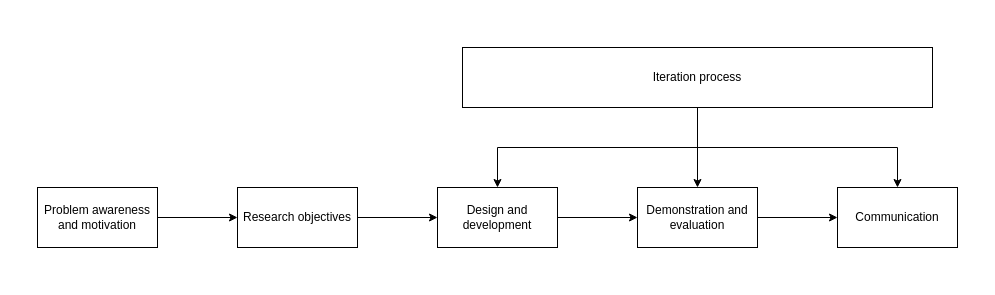
Scharlett/thesis_metamodel keeps this draw.io diagram as Untitled Diagram.drawio. Above is the earlier version. Source tidied: cells renumbered, new cells numbered last; positions are measured from the earlier drawing's top-left corner, leaving out a move shared by most shapes. Both pictures are drawn from the tidied source at 100%, with x=0, y=0 at pixel (37, 47).
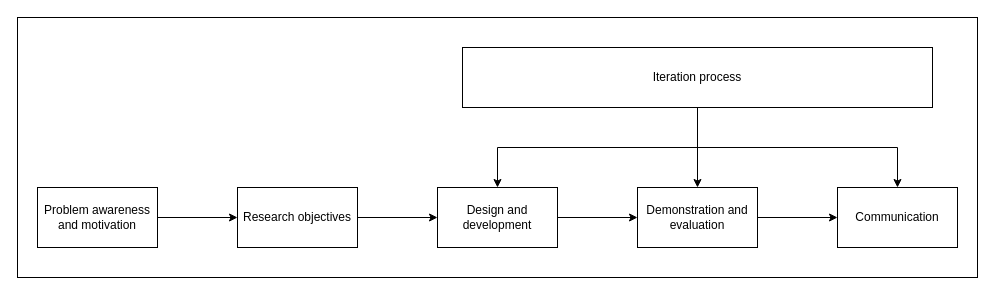
Above is the later version.

The edit, as a diff of the source:
```diff
@@
 <mxGraphModel>
   <root>
     <mxCell id="0" />
     <mxCell id="1" parent="0" />
+    <mxCell id="15" style="rounded=0;whiteSpace=wrap;html=1;" parent="1" vertex="1">
+      <mxGeometry x="-20" y="-30" width="960" height="260" as="geometry" />
+    </mxCell>
     <mxCell id="2" style="edgeStyle=orthogonalEdgeStyle;rounded=0;jettySize=auto;html=1;" parent="1" edge="1" source="3" target="5">
       <mxGeometry relative="1" as="geometry" />
     </mxCell>
     <mxCell id="3" value="Problem awareness and motivation" style="rounded=0;whiteSpace=wrap;html=1;" parent="1" vertex="1">
       <mxGeometry y="140" width="120" height="60" as="geometry" />
     </mxCell>
     <mxCell id="4" style="edgeStyle=orthogonalEdgeStyle;rounded=0;jettySize=auto;html=1;" parent="1" edge="1" source="5" target="7">
       <mxGeometry relative="1" as="geometry" />
     </mxCell>
     <mxCell id="5" value="Research objectives" style="whiteSpace=wrap;html=1;rounded=0;" parent="1" vertex="1">
       <mxGeometry x="200" y="140" width="120" height="60" as="geometry" />
     </mxCell>
     <mxCell id="6" style="edgeStyle=orthogonalEdgeStyle;rounded=0;jettySize=auto;html=1;" parent="1" edge="1" source="7" target="9">
       <mxGeometry relative="1" as="geometry" />
     </mxCell>
     <mxCell id="7" value="Design and development" style="whiteSpace=wrap;html=1;rounded=0;" parent="1" vertex="1">
       <mxGeometry x="400" y="140" width="120" height="60" as="geometry" />
     </mxCell>
     <mxCell id="8" style="edgeStyle=orthogonalEdgeStyle;rounded=0;jettySize=auto;html=1;" parent="1" edge="1" source="9" target="10">
       <mxGeometry relative="1" as="geometry" />
     </mxCell>
     <mxCell id="9" value="Demonstration and evaluation" style="whiteSpace=wrap;html=1;rounded=0;" parent="1" vertex="1">
       <mxGeometry x="600" y="140" width="120" height="60" as="geometry" />
     </mxCell>
     <mxCell id="10" value="Communication" style="whiteSpace=wrap;html=1;rounded=0;" parent="1" vertex="1">
       <mxGeometry x="800" y="140" width="120" height="60" as="geometry" />
     </mxCell>
     <mxCell id="11" style="edgeStyle=orthogonalEdgeStyle;rounded=0;jettySize=auto;html=1;entryX=0.5;entryY=0;entryDx=0;entryDy=0;" parent="1" edge="1" source="14" target="7">
       <mxGeometry relative="1" as="geometry" />
     </mxCell>
     <mxCell id="12" style="edgeStyle=orthogonalEdgeStyle;rounded=0;jettySize=auto;html=1;" parent="1" edge="1" source="14" target="9">
       <mxGeometry relative="1" as="geometry" />
     </mxCell>
     <mxCell id="13" style="edgeStyle=orthogonalEdgeStyle;rounded=0;jettySize=auto;html=1;" parent="1" edge="1" source="14" target="10">
       <mxGeometry relative="1" as="geometry" />
     </mxCell>
     <mxCell id="14" value="Iteration process" style="whiteSpace=wrap;html=1;rounded=0;" parent="1" vertex="1">
       <mxGeometry x="425" width="470" height="60" as="geometry" />
     </mxCell>
   </root>
 </mxGraphModel>
```
